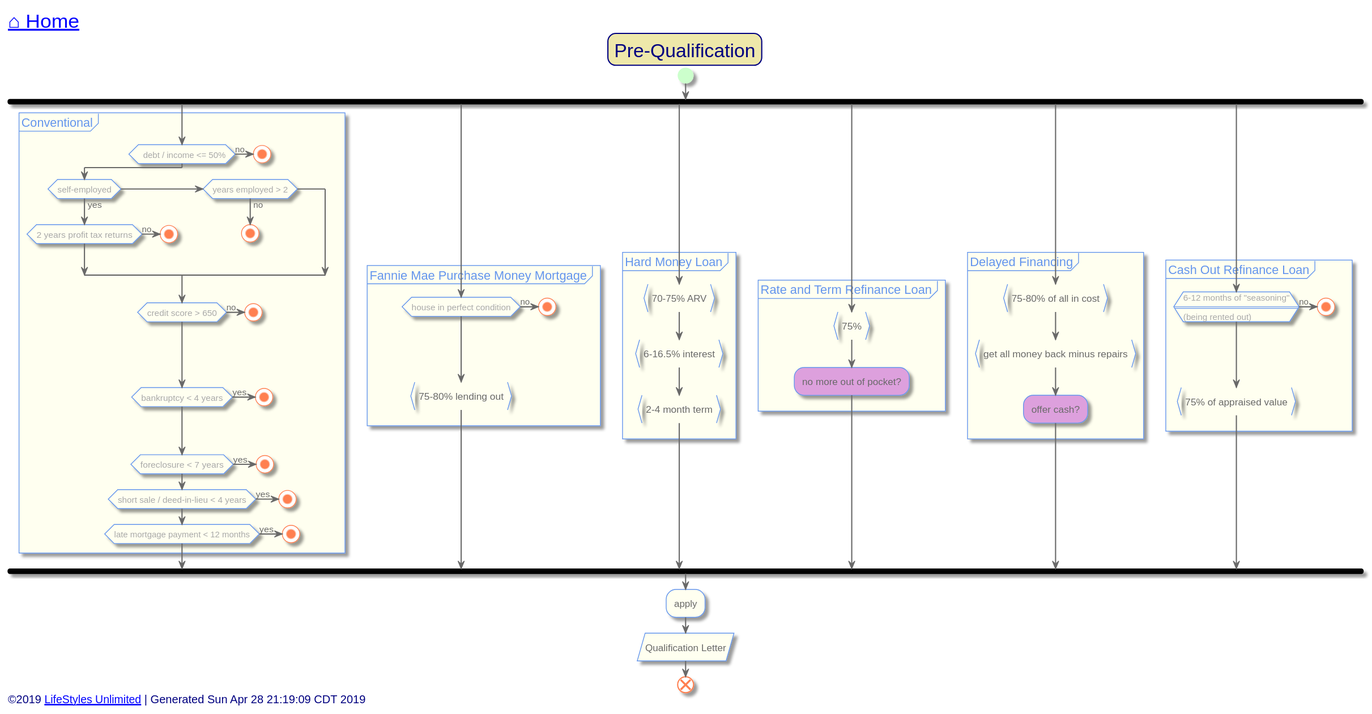
Earlier version of the PlantUML export out/src/single-family/pre-qualification.svg (toddmo/lifestylesunlimited).
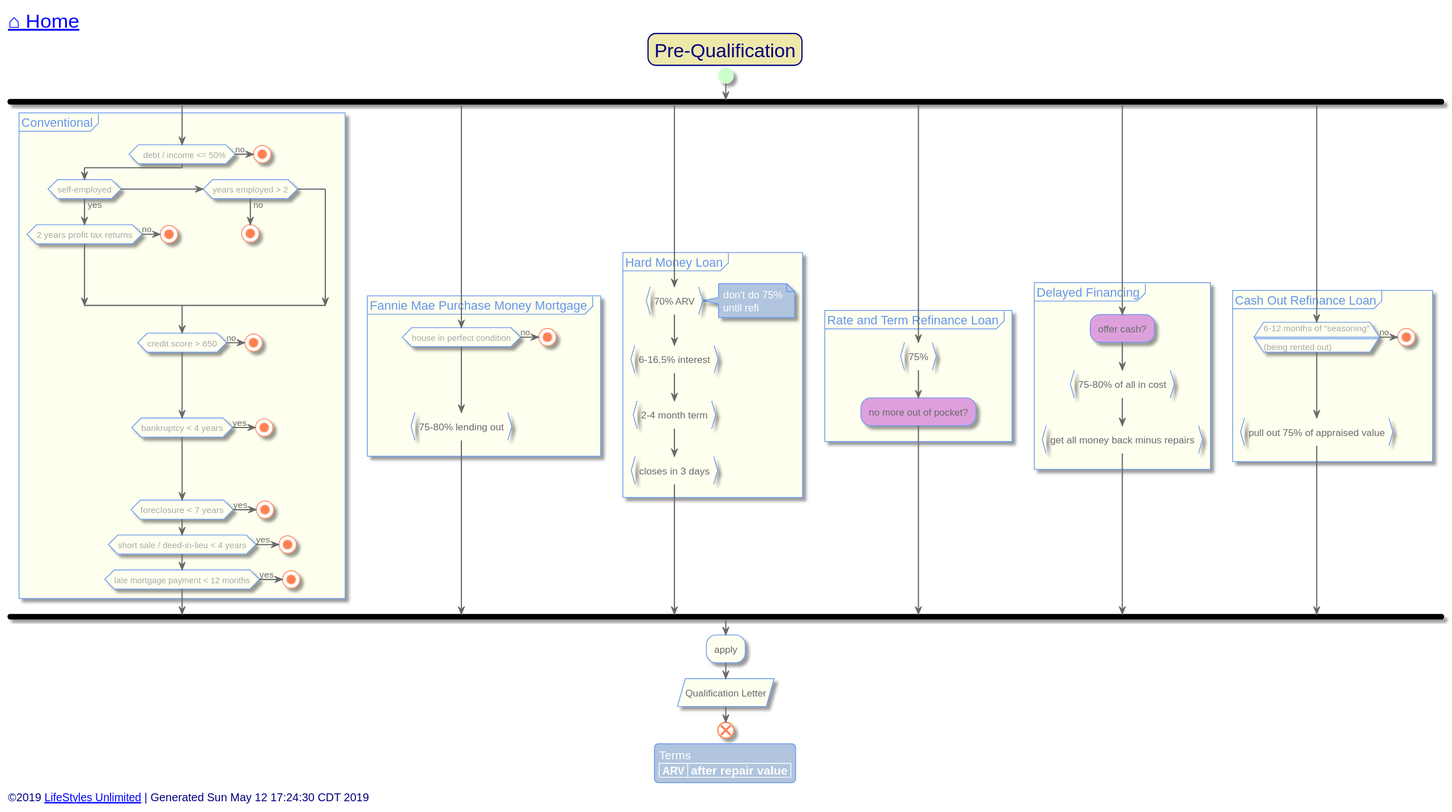
The same diagram one commit later.

Diff of the diagram source:
```diff
@@ -127,9 +127,11 @@
 
   fork again
     partition "Hard Money Loan" {
-      :70-75% ARV}
+      :70% ARV}
+      note right: don't do 75%\nuntil refi
       :6-16.5% interest}
       :2-4 month term}
+      :closes in 3 days}
     }
 
   fork again
@@ -140,9 +142,9 @@
 
   fork again
     partition "Delayed Financing" {
+      #Plum:offer cash?;
       :75-80% of all in cost}
       :get all money back minus repairs}
-      #Plum:offer cash?;
     }
 
   fork again
@@ -150,7 +152,7 @@
       if(6-12 months of "seasoning"\n====\n(being rented out)) then (no)
         stop
       endif
-      :75% of appraised value}
+      :pull out 75% of appraised value}
     }
   end fork
 
@@ -160,9 +162,14 @@
 
   end
 
+  legend
+    Terms
+    | ARV | after repair value |
+  end legend
+
 
 left footer
-	<font size=14>©2019 [[http://www.lifestylesunlimited.com LifeStyles Unlimited]] | Generated Sun Apr 28 21:19:09 CDT 2019</font>
+	<font size=14>©2019 [[http://www.lifestylesunlimited.com LifeStyles Unlimited]] | Generated Sun May 12 17:24:30 CDT 2019</font>
 endfooter
 
 
```
